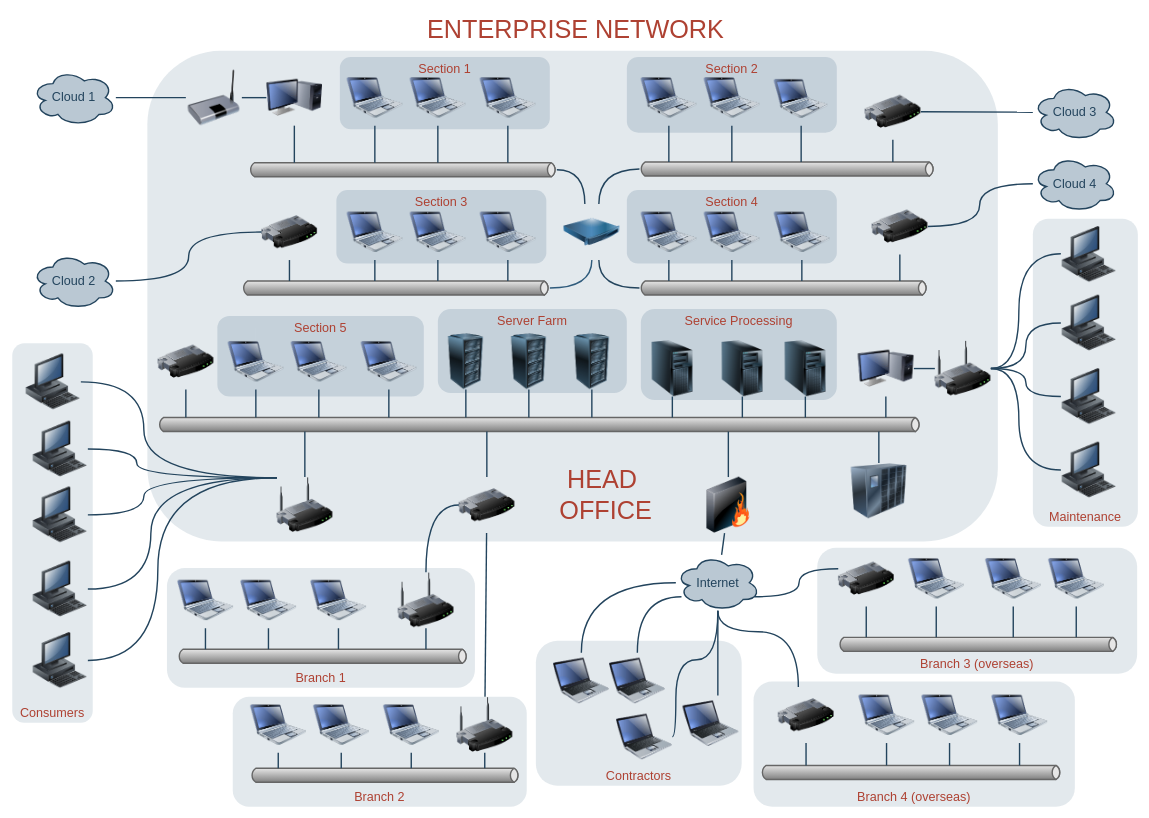
Earlier version of the draw.io diagram Untitled Diagram.drawio (anb0s/FeMoEd). Source tidied: cells renumbered, new cells numbered last; positions are measured from the earlier drawing's top-left corner, leaving out a move shared by most shapes. Both pictures are drawn from the tidied source at 70%, with x=0, y=0 at pixel (12, 12).
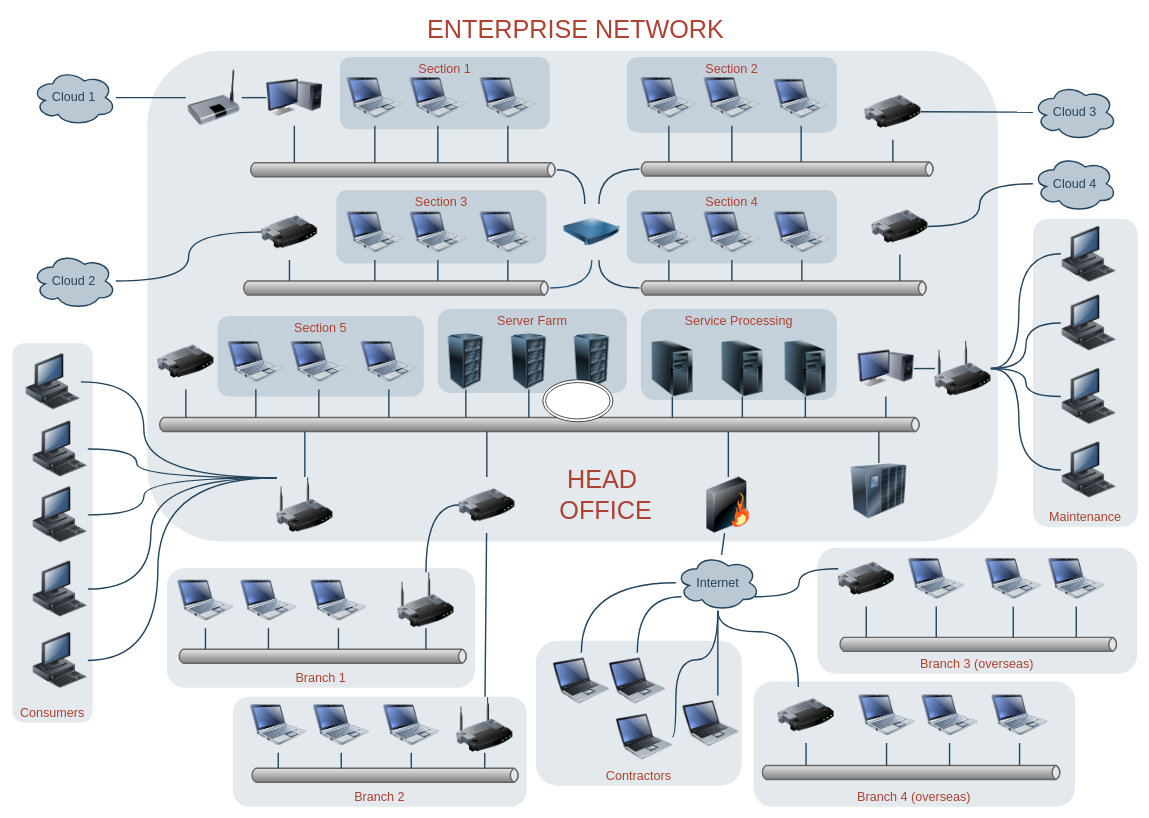
After the change.

Change to the diagram source:
```diff
@@
+    <mxCell id="173" style="ellipse;shape=doubleEllipse;whiteSpace=wrap;html=1;" parent="1" vertex="1">
+      <mxGeometry x="758" y="525" width="100" height="60" as="geometry" />
+    </mxCell>
```
